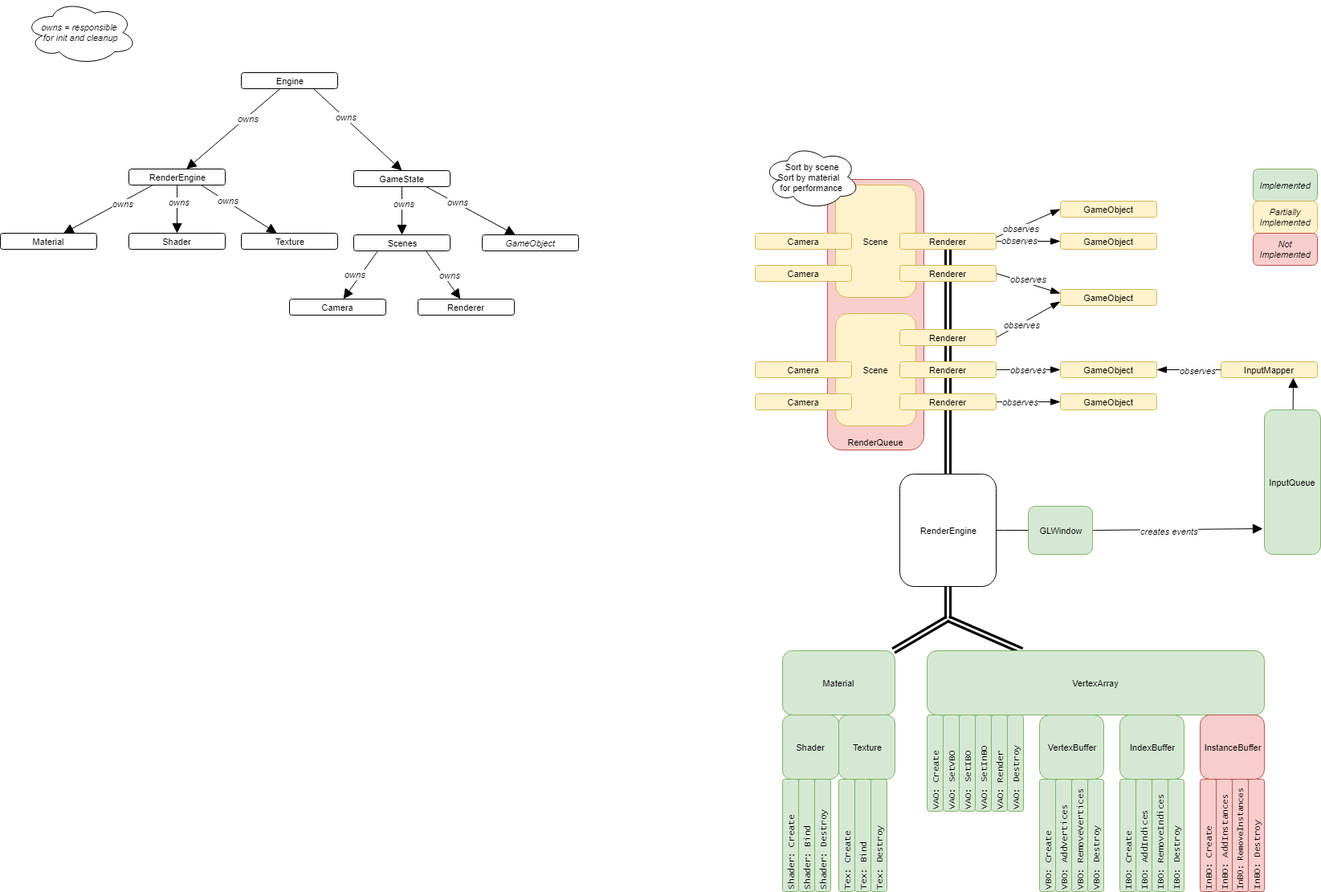
n4n0lix/kerosene keeps this draw.io diagram as Engine Architecture.png. Above is the earlier version. Source tidied: cells renumbered, new cells last; positions are measured from the earlier drawing's top-left corner, leaving out a move shared by most shapes.
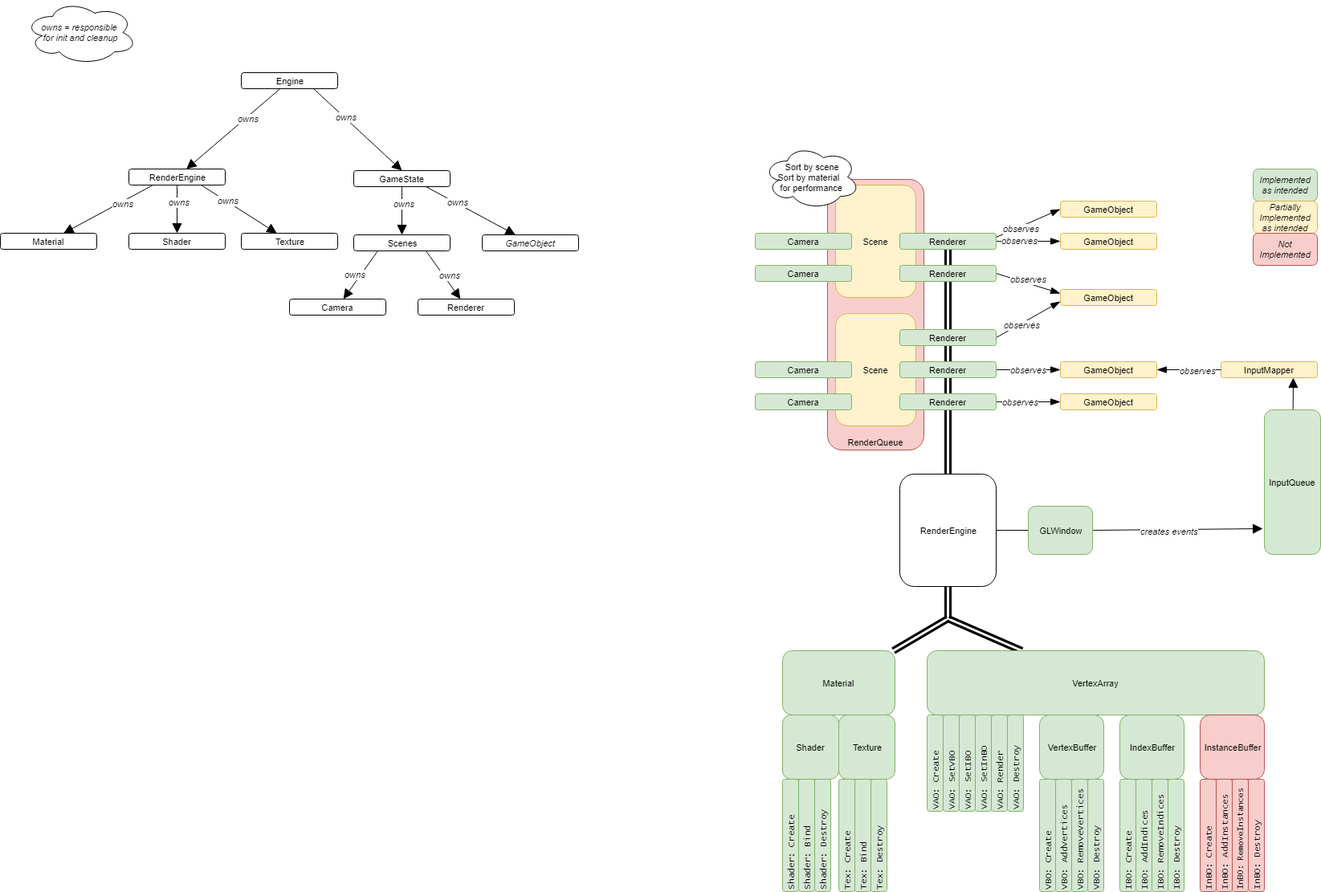
The same diagram one commit later.

Change to the diagram source:
```diff
@@ -106,7 +106,7 @@
         <mxPoint x="14" y="-4" as="offset" />
       </mxGeometry>
     </mxCell>
-    <mxCell id="35" value="Renderer" style="rounded=1;whiteSpace=wrap;html=1;strokeColor=#d6b656;fillColor=#fff2cc;fontFamily=Helvetica;fontSize=11;fontColor=#000000;align=center;" parent="1" vertex="1">
+    <mxCell id="35" value="Renderer" style="rounded=1;whiteSpace=wrap;html=1;strokeColor=#82b366;fillColor=#d5e8d4;fontFamily=Helvetica;fontSize=11;fontColor=#000000;align=center;" parent="1" vertex="1">
       <mxGeometry x="1120" y="450" width="120" height="20" as="geometry" />
     </mxCell>
     <mxCell id="36" value="GameObject" style="rounded=1;whiteSpace=wrap;html=1;strokeColor=#d6b656;fillColor=#fff2cc;fontFamily=Helvetica;fontSize=11;fontColor=#000000;align=center;" parent="1" vertex="1">
@@ -120,7 +120,7 @@
         <mxPoint x="8" y="2" as="offset" />
       </mxGeometry>
     </mxCell>
-    <mxCell id="39" value="Renderer" style="rounded=1;whiteSpace=wrap;html=1;strokeColor=#d6b656;fillColor=#fff2cc;fontFamily=Helvetica;fontSize=11;fontColor=#000000;align=center;" parent="1" vertex="1">
+    <mxCell id="39" value="Renderer" style="rounded=1;whiteSpace=wrap;html=1;strokeColor=#82b366;fillColor=#d5e8d4;fontFamily=Helvetica;fontSize=11;fontColor=#000000;align=center;" parent="1" vertex="1">
       <mxGeometry x="1120" y="490" width="120" height="20" as="geometry" />
     </mxCell>
     <mxCell id="40" value="GameObject" style="rounded=1;whiteSpace=wrap;html=1;strokeColor=#d6b656;fillColor=#fff2cc;fontFamily=Helvetica;fontSize=11;fontColor=#000000;align=center;" parent="1" vertex="1">
@@ -132,13 +132,13 @@
     <mxCell id="42" value="&lt;i&gt;observes&lt;/i&gt;" style="text;html=1;align=center;verticalAlign=middle;labelBackgroundColor=#ffffff;fontSize=11;fontFamily=Helvetica;fontColor=#000000;" parent="41" vertex="1">
       <mxGeometry x="-0.23" y="-2" relative="1" as="geometry" />
     </mxCell>
-    <mxCell id="43" value="Renderer" style="rounded=1;whiteSpace=wrap;html=1;strokeColor=#d6b656;fillColor=#fff2cc;fontFamily=Helvetica;fontSize=11;fontColor=#000000;align=center;" parent="1" vertex="1">
+    <mxCell id="43" value="Renderer" style="rounded=1;whiteSpace=wrap;html=1;strokeColor=#82b366;fillColor=#d5e8d4;fontFamily=Helvetica;fontSize=11;fontColor=#000000;align=center;" parent="1" vertex="1">
       <mxGeometry x="1120" y="410" width="120" height="20" as="geometry" />
     </mxCell>
-    <mxCell id="44" value="Camera" style="rounded=1;whiteSpace=wrap;html=1;strokeColor=#d6b656;fillColor=#fff2cc;fontFamily=Helvetica;fontSize=11;fontColor=#000000;align=center;" parent="1" vertex="1">
+    <mxCell id="44" value="Camera" style="rounded=1;whiteSpace=wrap;html=1;strokeColor=#82b366;fillColor=#d5e8d4;fontFamily=Helvetica;fontSize=11;fontColor=#000000;align=center;" parent="1" vertex="1">
       <mxGeometry x="940" y="490" width="120" height="20" as="geometry" />
     </mxCell>
-    <mxCell id="45" value="Camera" style="rounded=1;whiteSpace=wrap;html=1;strokeColor=#d6b656;fillColor=#fff2cc;fontFamily=Helvetica;fontSize=11;fontColor=#000000;align=center;" parent="1" vertex="1">
+    <mxCell id="45" value="Camera" style="rounded=1;whiteSpace=wrap;html=1;strokeColor=#82b366;fillColor=#d5e8d4;fontFamily=Helvetica;fontSize=11;fontColor=#000000;align=center;" parent="1" vertex="1">
       <mxGeometry x="940" y="450" width="120" height="20" as="geometry" />
     </mxCell>
     <mxCell id="46" value="Scene" style="rounded=1;whiteSpace=wrap;html=1;strokeColor=#d6b656;fillColor=#fff2cc;fontFamily=Helvetica;fontSize=11;fontColor=#000000;align=center;" parent="1" vertex="1">
@@ -150,7 +150,7 @@
     <mxCell id="48" value="&lt;i&gt;observes&lt;/i&gt;" style="text;html=1;align=center;verticalAlign=middle;labelBackgroundColor=#ffffff;fontSize=11;fontFamily=Helvetica;fontColor=#000000;" parent="47" vertex="1">
       <mxGeometry x="-0.28" y="1" relative="1" as="geometry" />
     </mxCell>
-    <mxCell id="49" value="Renderer" style="rounded=1;whiteSpace=wrap;html=1;strokeColor=#d6b656;fillColor=#fff2cc;fontFamily=Helvetica;fontSize=11;fontColor=#000000;align=center;" parent="1" vertex="1">
+    <mxCell id="49" value="Renderer" style="rounded=1;whiteSpace=wrap;html=1;strokeColor=#82b366;fillColor=#d5e8d4;fontFamily=Helvetica;fontSize=11;fontColor=#000000;align=center;" parent="1" vertex="1">
       <mxGeometry x="1120" y="290" width="120" height="20" as="geometry" />
     </mxCell>
     <mxCell id="50" value="GameObject" style="rounded=1;whiteSpace=wrap;html=1;strokeColor=#d6b656;fillColor=#fff2cc;fontFamily=Helvetica;fontSize=11;fontColor=#000000;align=center;" parent="1" vertex="1">
@@ -164,7 +164,7 @@
         <mxPoint x="18" y="1" as="offset" />
       </mxGeometry>
     </mxCell>
-    <mxCell id="53" value="Renderer" style="rounded=1;whiteSpace=wrap;html=1;strokeColor=#d6b656;fillColor=#fff2cc;fontFamily=Helvetica;fontSize=11;fontColor=#000000;align=center;" parent="1" vertex="1">
+    <mxCell id="53" value="Renderer" style="rounded=1;whiteSpace=wrap;html=1;strokeColor=#82b366;fillColor=#d5e8d4;fontFamily=Helvetica;fontSize=11;fontColor=#000000;align=center;" parent="1" vertex="1">
       <mxGeometry x="1120" y="330" width="120" height="20" as="geometry" />
     </mxCell>
     <mxCell id="54" value="GameObject" style="rounded=1;whiteSpace=wrap;html=1;strokeColor=#d6b656;fillColor=#fff2cc;fontFamily=Helvetica;fontSize=11;fontColor=#000000;align=center;" parent="1" vertex="1">
@@ -179,10 +179,10 @@
     <mxCell id="57" value="GameObject" style="rounded=1;whiteSpace=wrap;html=1;strokeColor=#d6b656;fillColor=#fff2cc;fontFamily=Helvetica;fontSize=11;fontColor=#000000;align=center;" parent="1" vertex="1">
       <mxGeometry x="1320" y="250" width="120" height="20" as="geometry" />
     </mxCell>
-    <mxCell id="58" value="Camera" style="rounded=1;whiteSpace=wrap;html=1;strokeColor=#d6b656;fillColor=#fff2cc;fontFamily=Helvetica;fontSize=11;fontColor=#000000;align=center;" parent="1" vertex="1">
+    <mxCell id="58" value="Camera" style="rounded=1;whiteSpace=wrap;html=1;strokeColor=#82b366;fillColor=#d5e8d4;fontFamily=Helvetica;fontSize=11;fontColor=#000000;align=center;" parent="1" vertex="1">
       <mxGeometry x="940" y="330" width="120" height="20" as="geometry" />
     </mxCell>
-    <mxCell id="59" value="Camera" style="rounded=1;whiteSpace=wrap;html=1;strokeColor=#d6b656;fillColor=#fff2cc;fontFamily=Helvetica;fontSize=11;fontColor=#000000;align=center;" parent="1" vertex="1">
+    <mxCell id="59" value="Camera" style="rounded=1;whiteSpace=wrap;html=1;strokeColor=#82b366;fillColor=#d5e8d4;fontFamily=Helvetica;fontSize=11;fontColor=#000000;align=center;" parent="1" vertex="1">
       <mxGeometry x="940" y="290" width="120" height="20" as="geometry" />
     </mxCell>
     <mxCell id="60" style="edgeStyle=none;curved=1;jumpSize=6;html=1;exitX=1;exitY=0.5;startArrow=none;startFill=0;endArrow=none;endFill=0;jettySize=auto;strokeColor=#000000;strokeWidth=1;fontFamily=Helvetica;fontSize=11;fontColor=#000000;" parent="1" edge="1" source="61" target="70">
@@ -248,10 +248,10 @@
     <mxCell id="78" value="&amp;nbsp; &amp;nbsp; &amp;nbsp; &amp;nbsp; Sort by scene&lt;div&gt;&amp;nbsp; &amp;nbsp; &amp;nbsp;Sort by material&lt;/div&gt;&lt;div&gt;&amp;nbsp; &amp;nbsp; &amp;nbsp; for performance&lt;/div&gt;" style="ellipse;shape=cloud;whiteSpace=wrap;html=1;rounded=0;strokeColor=#000000;fillColor=#ffffff;fontFamily=Helvetica;fontSize=11;fontColor=#000000;align=left;" parent="1" vertex="1">
       <mxGeometry x="950" y="180" width="120" height="80" as="geometry" />
     </mxCell>
-    <mxCell id="79" value="Implemented" style="rounded=1;whiteSpace=wrap;html=1;strokeColor=#82b366;fillColor=#d5e8d4;fontFamily=Helvetica;fontSize=11;fontColor=#000000;align=center;fontStyle=2;" parent="1" vertex="1">
+    <mxCell id="79" value="Implemented as intended" style="rounded=1;whiteSpace=wrap;html=1;strokeColor=#82b366;fillColor=#d5e8d4;fontFamily=Helvetica;fontSize=11;fontColor=#000000;align=center;fontStyle=2;" parent="1" vertex="1">
       <mxGeometry x="1560" y="210" width="80" height="40" as="geometry" />
     </mxCell>
-    <mxCell id="80" value="Partially Implemented" style="rounded=1;whiteSpace=wrap;html=1;strokeColor=#d6b656;fillColor=#fff2cc;fontFamily=Helvetica;fontSize=11;fontColor=#000000;align=center;fontStyle=2;" parent="1" vertex="1">
+    <mxCell id="80" value="Partially Implemented&lt;div&gt;as intended&lt;/div&gt;" style="rounded=1;whiteSpace=wrap;html=1;strokeColor=#d6b656;fillColor=#fff2cc;fontFamily=Helvetica;fontSize=11;fontColor=#000000;align=center;fontStyle=2;" parent="1" vertex="1">
       <mxGeometry x="1560" y="250" width="80" height="40" as="geometry" />
     </mxCell>
     <mxCell id="81" value="Not Implemented" style="rounded=1;whiteSpace=wrap;html=1;strokeColor=#b85450;fillColor=#f8cecc;fontFamily=Helvetica;fontSize=11;fontColor=#000000;align=center;fontStyle=2;" parent="1" vertex="1">
```
